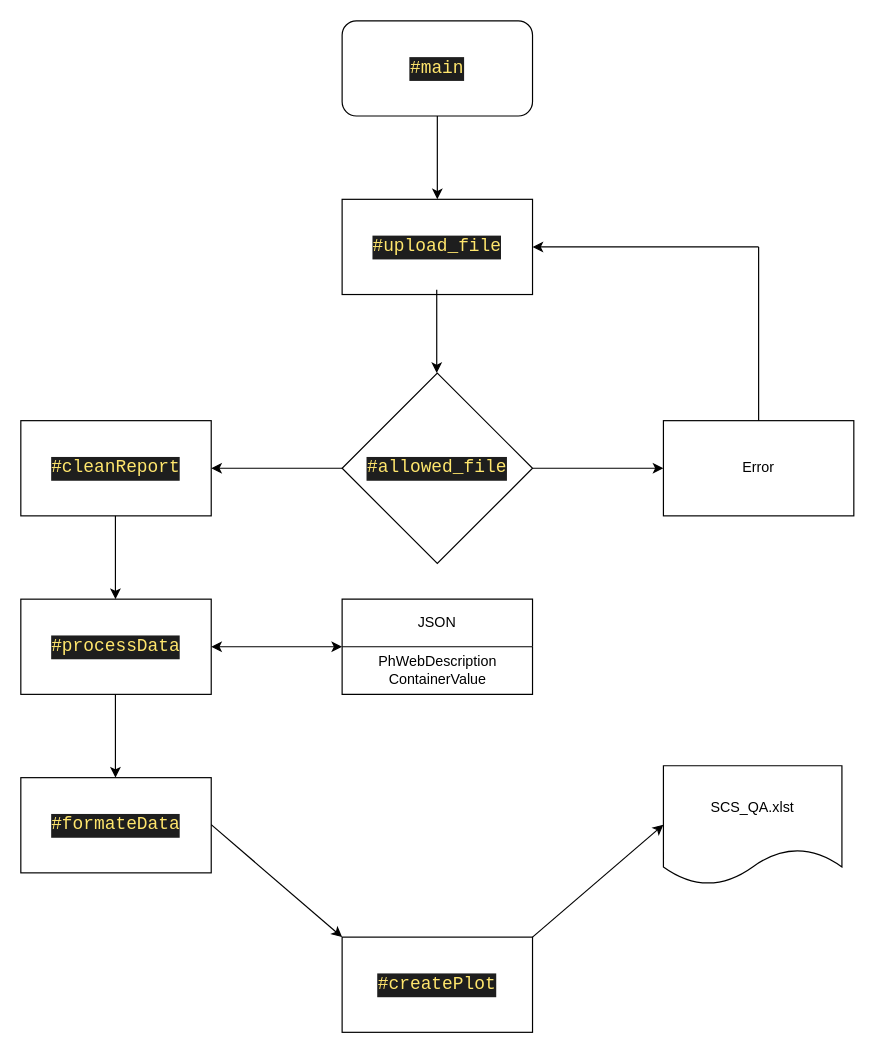
This is Diagram.dio from jinjernot/matarael, a draw.io file, before an edit. Source tidied: cells renumbered, new cells numbered last; positions are measured from the earlier drawing's top-left corner, leaving out a move shared by most shapes. Both pictures are drawn from the tidied source at 119%, with x=0, y=0 at pixel (20, 20).
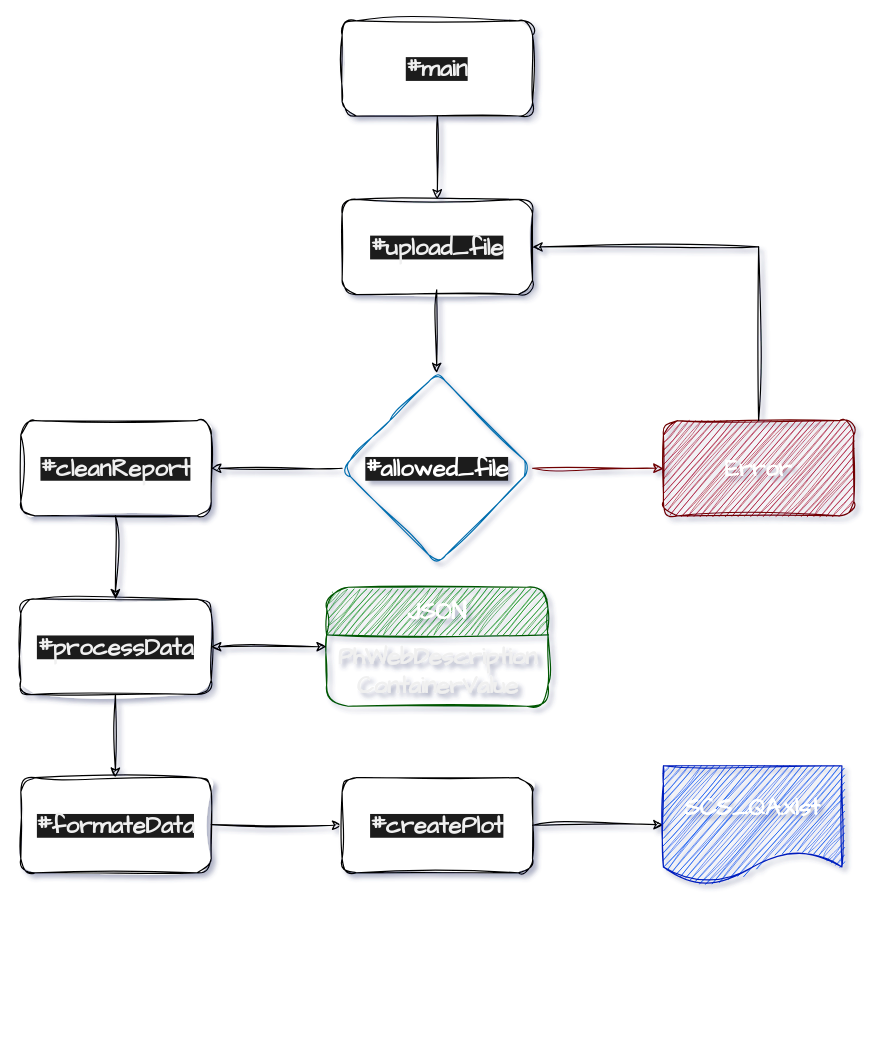
The same diagram, later.

The edit, as a diff of the source:
```diff
@@
-<mxGraphModel>
+<mxGraphModel shadow="1">
@@
-    <mxCell id="2" value="&lt;div style=&quot;color: rgb(187, 187, 187); background-color: rgb(30, 30, 30); font-family: Consolas, &amp;quot;Courier New&amp;quot;, monospace; font-size: 15px; line-height: 20px;&quot;&gt;&lt;span style=&quot;color: #ffe66d;&quot;&gt;#&lt;/span&gt;&lt;span style=&quot;color: rgb(255, 230, 109);&quot;&gt;main&lt;/span&gt;&lt;/div&gt;" style="rounded=1;whiteSpace=wrap;html=1;strokeColor=default;fontFamily=Helvetica;fontSize=12;fontColor=default;fillColor=default;" parent="1" vertex="1">
+    <mxCell id="2" value="&lt;div style=&quot;background-color: rgb(30, 30, 30); font-size: 20px; line-height: 20px;&quot;&gt;&lt;span style=&quot;font-size: 20px;&quot;&gt;#&lt;/span&gt;&lt;span style=&quot;font-size: 20px;&quot;&gt;main&lt;/span&gt;&lt;/div&gt;" style="rounded=1;whiteSpace=wrap;html=1;strokeColor=default;fontFamily=Architects Daughter;fontSize=20;fontColor=#F0F0F0;fillColor=default;sketch=1;curveFitting=1;jiggle=2;fontStyle=1;" parent="1" vertex="1">
       <mxGeometry x="270" width="160" height="80" as="geometry" />
     </mxCell>
-    <mxCell id="3" style="endArrow=classic;html=1;fontFamily=Helvetica;fontSize=12;fontColor=default;exitX=0.5;exitY=1;exitDx=0;exitDy=0;entryX=0.5;entryY=0;entryDx=0;entryDy=0;" parent="1" edge="1" source="2" target="4">
+    <mxCell id="3" style="endArrow=classic;html=1;fontFamily=Architects Daughter;fontSize=20;fontColor=#F0F0F0;exitX=0.5;exitY=1;exitDx=0;exitDy=0;entryX=0.5;entryY=0;entryDx=0;entryDy=0;sketch=1;curveFitting=1;jiggle=2;fontStyle=1;" parent="1" edge="1" source="2" target="4">
       <mxGeometry relative="1" as="geometry" />
     </mxCell>
-    <mxCell id="4" value="&lt;div style=&quot;color: rgb(187, 187, 187); background-color: rgb(30, 30, 30); font-family: Consolas, &amp;quot;Courier New&amp;quot;, monospace; font-size: 15px; line-height: 20px;&quot;&gt;&lt;span style=&quot;color: #ffe66d;&quot;&gt;#upload_file&lt;/span&gt;&lt;/div&gt;" style="rounded=0;whiteSpace=wrap;html=1;strokeColor=default;fontFamily=Helvetica;fontSize=12;fontColor=default;fillColor=default;" parent="1" vertex="1">
+    <mxCell id="4" value="&lt;div style=&quot;background-color: rgb(30, 30, 30); font-size: 20px; line-height: 20px;&quot;&gt;&lt;span style=&quot;font-size: 20px;&quot;&gt;#upload_file&lt;/span&gt;&lt;/div&gt;" style="rounded=1;whiteSpace=wrap;html=1;strokeColor=default;fontFamily=Architects Daughter;fontSize=20;fontColor=#F0F0F0;fillColor=default;sketch=1;curveFitting=1;jiggle=2;fontStyle=1;" parent="1" vertex="1">
       <mxGeometry x="270" y="150" width="160" height="80" as="geometry" />
     </mxCell>
-    <mxCell id="5" value="&lt;div style=&quot;color: rgb(187, 187, 187); background-color: rgb(30, 30, 30); font-family: Consolas, &amp;quot;Courier New&amp;quot;, monospace; font-size: 15px; line-height: 20px;&quot;&gt;&lt;span style=&quot;color: #ffe66d;&quot;&gt;#allowed_file&lt;/span&gt;&lt;/div&gt;" style="rhombus;whiteSpace=wrap;html=1;strokeColor=default;fontFamily=Helvetica;fontSize=12;fontColor=default;fillColor=default;" parent="1" vertex="1">
+    <mxCell id="5" value="&lt;div style=&quot;background-color: rgb(30, 30, 30); font-size: 20px; line-height: 20px;&quot;&gt;&lt;span style=&quot;font-size: 20px;&quot;&gt;#allowed_file&lt;/span&gt;&lt;/div&gt;" style="rhombus;whiteSpace=wrap;html=1;strokeColor=#006EAF;fontFamily=Architects Daughter;fontSize=20;fontColor=#ffffff;fillColor=none;rounded=1;sketch=1;curveFitting=1;jiggle=2;fontStyle=1;" parent="1" vertex="1">
       <mxGeometry x="270" y="296" width="160" height="160" as="geometry" />
     </mxCell>
-    <mxCell id="6" style="endArrow=classic;html=1;fontFamily=Helvetica;fontSize=12;fontColor=default;exitX=1;exitY=0.5;exitDx=0;exitDy=0;" parent="1" edge="1" source="5">
+    <mxCell id="6" style="endArrow=classic;html=1;fontFamily=Architects Daughter;fontSize=20;fontColor=#F0F0F0;exitX=1;exitY=0.5;exitDx=0;exitDy=0;sketch=1;curveFitting=1;jiggle=2;fontStyle=1;fillColor=#a20025;strokeColor=#6F0000;" parent="1" edge="1" source="5">
       <mxGeometry relative="1" as="geometry">
         <mxPoint x="540" y="376" as="targetPoint" />
       </mxGeometry>
     </mxCell>
-    <mxCell id="7" style="endArrow=classic;html=1;fontFamily=Helvetica;fontSize=12;fontColor=default;exitX=0;exitY=0.5;exitDx=0;exitDy=0;" parent="1" edge="1" source="5">
+    <mxCell id="7" style="endArrow=classic;html=1;fontFamily=Architects Daughter;fontSize=20;fontColor=#F0F0F0;exitX=0;exitY=0.5;exitDx=0;exitDy=0;sketch=1;curveFitting=1;jiggle=2;fontStyle=1;" parent="1" edge="1" source="5">
       <mxGeometry relative="1" as="geometry">
         <mxPoint x="160" y="376" as="targetPoint" />
       </mxGeometry>
     </mxCell>
-    <mxCell id="8" value="&lt;div style=&quot;color: rgb(187, 187, 187); background-color: rgb(30, 30, 30); font-family: Consolas, &amp;quot;Courier New&amp;quot;, monospace; font-size: 15px; line-height: 20px;&quot;&gt;&lt;div style=&quot;line-height: 20px;&quot;&gt;&lt;span style=&quot;color: #ffe66d;&quot;&gt;#&lt;/span&gt;&lt;span style=&quot;color: rgb(255, 230, 109);&quot;&gt;cleanReport&lt;/span&gt;&lt;/div&gt;&lt;/div&gt;" style="rounded=0;whiteSpace=wrap;html=1;strokeColor=default;fontFamily=Helvetica;fontSize=12;fontColor=default;fillColor=default;" parent="1" vertex="1">
+    <mxCell id="8" value="&lt;div style=&quot;background-color: rgb(30, 30, 30); font-size: 20px; line-height: 20px;&quot;&gt;&lt;div style=&quot;line-height: 20px; font-size: 20px;&quot;&gt;&lt;span style=&quot;font-size: 20px;&quot;&gt;#&lt;/span&gt;&lt;span style=&quot;font-size: 20px;&quot;&gt;cleanReport&lt;/span&gt;&lt;/div&gt;&lt;/div&gt;" style="rounded=1;whiteSpace=wrap;html=1;strokeColor=default;fontFamily=Architects Daughter;fontSize=20;fontColor=#F0F0F0;fillColor=default;sketch=1;curveFitting=1;jiggle=2;fontStyle=1;" parent="1" vertex="1">
       <mxGeometry y="336" width="160" height="80" as="geometry" />
     </mxCell>
-    <mxCell id="9" value="&lt;div style=&quot;background-color: rgb(30, 30, 30); font-family: Consolas, &amp;quot;Courier New&amp;quot;, monospace; font-size: 15px; line-height: 20px;&quot;&gt;&lt;div style=&quot;line-height: 20px;&quot;&gt;&lt;font color=&quot;#ffe66d&quot;&gt;#processData&lt;/font&gt;&lt;/div&gt;&lt;/div&gt;" style="rounded=0;whiteSpace=wrap;html=1;strokeColor=default;fontFamily=Helvetica;fontSize=12;fontColor=default;fillColor=default;" parent="1" vertex="1">
+    <mxCell id="9" value="&lt;div style=&quot;background-color: rgb(30, 30, 30); font-size: 20px; line-height: 20px;&quot;&gt;&lt;div style=&quot;line-height: 20px; font-size: 20px;&quot;&gt;&lt;font style=&quot;font-size: 20px;&quot;&gt;#processData&lt;/font&gt;&lt;/div&gt;&lt;/div&gt;" style="rounded=1;whiteSpace=wrap;html=1;strokeColor=default;fontFamily=Architects Daughter;fontSize=20;fontColor=#F0F0F0;fillColor=default;sketch=1;curveFitting=1;jiggle=2;fontStyle=1;" parent="1" vertex="1">
       <mxGeometry y="486" width="160" height="80" as="geometry" />
     </mxCell>
-    <mxCell id="10" style="endArrow=classic;html=1;fontFamily=Helvetica;fontSize=12;fontColor=default;exitX=0.5;exitY=1;exitDx=0;exitDy=0;entryX=0.5;entryY=0;entryDx=0;entryDy=0;" parent="1" edge="1">
+    <mxCell id="10" style="endArrow=classic;html=1;fontFamily=Architects Daughter;fontSize=20;fontColor=#F0F0F0;exitX=0.5;exitY=1;exitDx=0;exitDy=0;entryX=0.5;entryY=0;entryDx=0;entryDy=0;sketch=1;curveFitting=1;jiggle=2;fontStyle=1;" parent="1" edge="1">
       <mxGeometry relative="1" as="geometry">
         <mxPoint x="79.5" y="416" as="sourcePoint" />
         <mxPoint x="79.5" y="486" as="targetPoint" />
       </mxGeometry>
     </mxCell>
-    <mxCell id="11" style="endArrow=classic;html=1;fontFamily=Helvetica;fontSize=12;fontColor=default;exitX=0.5;exitY=1;exitDx=0;exitDy=0;entryX=0.5;entryY=0;entryDx=0;entryDy=0;" parent="1" edge="1">
+    <mxCell id="11" style="endArrow=classic;html=1;fontFamily=Architects Daughter;fontSize=20;fontColor=#F0F0F0;exitX=0.5;exitY=1;exitDx=0;exitDy=0;entryX=0.5;entryY=0;entryDx=0;entryDy=0;sketch=1;curveFitting=1;jiggle=2;fontStyle=1;" parent="1" edge="1">
       <mxGeometry relative="1" as="geometry">
         <mxPoint x="79.5" y="566" as="sourcePoint" />
         <mxPoint x="79.5" y="636" as="targetPoint" />
       </mxGeometry>
     </mxCell>
-    <mxCell id="12" value="JSON" style="swimlane;fontStyle=0;horizontal=1;startSize=40;whiteSpace=wrap;html=1;strokeColor=default;fontFamily=Helvetica;fontSize=12;fontColor=default;fillColor=default;" parent="1" vertex="1">
-      <mxGeometry x="270" y="486" width="160" height="80" as="geometry" />
+    <mxCell id="12" value="JSON" style="swimlane;fontStyle=1;horizontal=1;startSize=40;whiteSpace=wrap;html=1;fontFamily=Architects Daughter;fontSize=20;rounded=1;sketch=1;curveFitting=1;jiggle=2;fillColor=#008a00;strokeColor=#005700;fontColor=#ffffff;" parent="1" vertex="1">
+      <mxGeometry x="257" y="476" width="186" height="100" as="geometry" />
     </mxCell>
-    <mxCell id="13" value="PhWebDescription&lt;br&gt;ContainerValue" style="text;html=1;align=center;verticalAlign=middle;strokeColor=none;fillColor=none;fontSize=12;fontFamily=Helvetica;fontColor=default;" parent="12" vertex="1">
-      <mxGeometry y="40" width="160" height="40" as="geometry" />
+    <mxCell id="13" value="PhWebDescription&lt;br style=&quot;font-size: 20px;&quot;&gt;ContainerValue" style="text;html=1;align=center;verticalAlign=middle;strokeColor=none;fillColor=none;fontSize=20;fontFamily=Architects Daughter;fontColor=#F0F0F0;rounded=1;sketch=1;curveFitting=1;jiggle=2;fontStyle=1;" parent="12" vertex="1">
+      <mxGeometry y="40" width="186" height="60" as="geometry" />
     </mxCell>
-    <mxCell id="14" style="endArrow=classic;startArrow=classic;html=1;fontFamily=Helvetica;fontSize=12;fontColor=default;exitX=1;exitY=0.5;exitDx=0;exitDy=0;entryX=0;entryY=0.5;entryDx=0;entryDy=0;" parent="1" edge="1" source="9" target="12">
+    <mxCell id="14" style="endArrow=classic;startArrow=classic;html=1;fontFamily=Architects Daughter;fontSize=20;fontColor=#F0F0F0;exitX=1;exitY=0.5;exitDx=0;exitDy=0;entryX=0;entryY=0.5;entryDx=0;entryDy=0;sketch=1;curveFitting=1;jiggle=2;fontStyle=1;" parent="1" edge="1" source="9" target="12">
       <mxGeometry relative="1" as="geometry" />
     </mxCell>
-    <mxCell id="15" value="&lt;div style=&quot;background-color: rgb(30, 30, 30); font-family: Consolas, &amp;quot;Courier New&amp;quot;, monospace; font-size: 15px; line-height: 20px;&quot;&gt;&lt;div style=&quot;line-height: 20px;&quot;&gt;&lt;font color=&quot;#ffe66d&quot;&gt;#formateData&lt;/font&gt;&lt;/div&gt;&lt;/div&gt;" style="rounded=0;whiteSpace=wrap;html=1;strokeColor=default;fontFamily=Helvetica;fontSize=12;fontColor=default;fillColor=default;" parent="1" vertex="1">
+    <mxCell id="15" value="&lt;div style=&quot;background-color: rgb(30, 30, 30); font-size: 20px; line-height: 20px;&quot;&gt;&lt;div style=&quot;line-height: 20px; font-size: 20px;&quot;&gt;&lt;font style=&quot;font-size: 20px;&quot;&gt;#formateData&lt;/font&gt;&lt;/div&gt;&lt;/div&gt;" style="rounded=1;whiteSpace=wrap;html=1;strokeColor=default;fontFamily=Architects Daughter;fontSize=20;fontColor=#F0F0F0;fillColor=default;sketch=1;curveFitting=1;jiggle=2;fontStyle=1;" parent="1" vertex="1">
       <mxGeometry y="636" width="160" height="80" as="geometry" />
     </mxCell>
-    <mxCell id="16" style="endArrow=classic;html=1;fontFamily=Helvetica;fontSize=12;fontColor=default;exitX=1;exitY=0.5;exitDx=0;exitDy=0;entryX=0;entryY=0;entryDx=0;entryDy=0;" parent="1" edge="1" target="17">
+    <mxCell id="16" style="endArrow=classic;html=1;fontFamily=Architects Daughter;fontSize=20;fontColor=#F0F0F0;exitX=1;exitY=0.5;exitDx=0;exitDy=0;entryX=0;entryY=0.5;entryDx=0;entryDy=0;sketch=1;curveFitting=1;jiggle=2;fontStyle=1;" parent="1" edge="1" target="17">
       <mxGeometry relative="1" as="geometry">
         <mxPoint x="160" y="675.5" as="sourcePoint" />
       </mxGeometry>
     </mxCell>
-    <mxCell id="17" value="&lt;div style=&quot;background-color: rgb(30, 30, 30); font-family: Consolas, &amp;quot;Courier New&amp;quot;, monospace; font-size: 15px; line-height: 20px;&quot;&gt;&lt;div style=&quot;line-height: 20px;&quot;&gt;&lt;font color=&quot;#ffe66d&quot;&gt;#createPlot&lt;/font&gt;&lt;/div&gt;&lt;/div&gt;" style="rounded=0;whiteSpace=wrap;html=1;strokeColor=default;fontFamily=Helvetica;fontSize=12;fontColor=default;fillColor=default;" parent="1" vertex="1">
-      <mxGeometry x="270" y="770" width="160" height="80" as="geometry" />
+    <mxCell id="17" value="&lt;div style=&quot;background-color: rgb(30, 30, 30); font-size: 20px; line-height: 20px;&quot;&gt;&lt;div style=&quot;line-height: 20px; font-size: 20px;&quot;&gt;&lt;font style=&quot;font-size: 20px;&quot;&gt;#createPlot&lt;/font&gt;&lt;/div&gt;&lt;/div&gt;" style="rounded=1;whiteSpace=wrap;html=1;strokeColor=default;fontFamily=Architects Daughter;fontSize=20;fontColor=#F0F0F0;fillColor=default;sketch=1;curveFitting=1;jiggle=2;fontStyle=1;" parent="1" vertex="1">
+      <mxGeometry x="270" y="636" width="160" height="80" as="geometry" />
     </mxCell>
-    <mxCell id="18" style="endArrow=classic;html=1;fontFamily=Helvetica;fontSize=12;fontColor=default;exitX=1;exitY=0;exitDx=0;exitDy=0;" parent="1" edge="1" source="17">
+    <mxCell id="18" style="endArrow=classic;html=1;fontFamily=Architects Daughter;fontSize=20;fontColor=#F0F0F0;exitX=1;exitY=0.5;exitDx=0;exitDy=0;sketch=1;curveFitting=1;jiggle=2;fontStyle=1;" parent="1" edge="1" source="17">
       <mxGeometry relative="1" as="geometry">
         <mxPoint x="540" y="675.5" as="targetPoint" />
       </mxGeometry>
     </mxCell>
-    <mxCell id="19" value="Error" style="rounded=0;whiteSpace=wrap;html=1;strokeColor=default;fontFamily=Helvetica;fontSize=12;fontColor=default;fillColor=default;" parent="1" vertex="1">
+    <mxCell id="19" value="Error" style="rounded=1;whiteSpace=wrap;html=1;strokeColor=#6F0000;fontFamily=Architects Daughter;fontSize=20;fontColor=#ffffff;fillColor=#a20025;sketch=1;curveFitting=1;jiggle=2;fontStyle=1;" parent="1" vertex="1">
       <mxGeometry x="540" y="336" width="160" height="80" as="geometry" />
     </mxCell>
-    <mxCell id="20" style="endArrow=none;html=1;fontFamily=Helvetica;fontSize=12;fontColor=default;exitX=0.5;exitY=0;exitDx=0;exitDy=0;" parent="1" edge="1" source="19">
+    <mxCell id="20" style="endArrow=none;html=1;fontFamily=Architects Daughter;fontSize=20;fontColor=#F0F0F0;exitX=0.5;exitY=0;exitDx=0;exitDy=0;sketch=1;curveFitting=1;jiggle=2;fontStyle=1;" parent="1" edge="1" source="19">
       <mxGeometry relative="1" as="geometry">
         <mxPoint x="620" y="190" as="targetPoint" />
       </mxGeometry>
     </mxCell>
-    <mxCell id="21" style="endArrow=classic;html=1;fontFamily=Helvetica;fontSize=12;fontColor=default;entryX=1;entryY=0.5;entryDx=0;entryDy=0;" parent="1" edge="1" target="4">
+    <mxCell id="21" style="endArrow=classic;html=1;fontFamily=Architects Daughter;fontSize=20;fontColor=#F0F0F0;entryX=1;entryY=0.5;entryDx=0;entryDy=0;sketch=1;curveFitting=1;jiggle=2;fontStyle=1;" parent="1" edge="1" target="4">
       <mxGeometry relative="1" as="geometry">
         <mxPoint x="620" y="190" as="sourcePoint" />
       </mxGeometry>
     </mxCell>
-    <mxCell id="22" value="SCS_QA.xlst" style="shape=document;whiteSpace=wrap;html=1;boundedLbl=1;strokeColor=default;fontFamily=Helvetica;fontSize=12;fontColor=default;fillColor=default;" parent="1" vertex="1">
+    <mxCell id="22" value="SCS_QA.xlst" style="shape=document;whiteSpace=wrap;html=1;boundedLbl=1;strokeColor=#001DBC;fontFamily=Architects Daughter;fontSize=20;fontColor=#ffffff;fillColor=#0050ef;rounded=1;sketch=1;curveFitting=1;jiggle=2;fontStyle=1;" parent="1" vertex="1">
       <mxGeometry x="540" y="626" width="150" height="100" as="geometry" />
     </mxCell>
-    <mxCell id="23" style="endArrow=classic;html=1;fontFamily=Helvetica;fontSize=12;fontColor=default;exitX=0.5;exitY=1;exitDx=0;exitDy=0;entryX=0.5;entryY=0;entryDx=0;entryDy=0;" parent="1" edge="1">
+    <mxCell id="23" style="endArrow=classic;html=1;fontFamily=Architects Daughter;fontSize=20;fontColor=#F0F0F0;exitX=0.5;exitY=1;exitDx=0;exitDy=0;entryX=0.5;entryY=0;entryDx=0;entryDy=0;sketch=1;curveFitting=1;jiggle=2;fontStyle=1;" parent="1" edge="1">
       <mxGeometry relative="1" as="geometry">
         <mxPoint x="349.5" y="226" as="sourcePoint" />
         <mxPoint x="349.5" y="296" as="targetPoint" />
       </mxGeometry>
     </mxCell>
```
